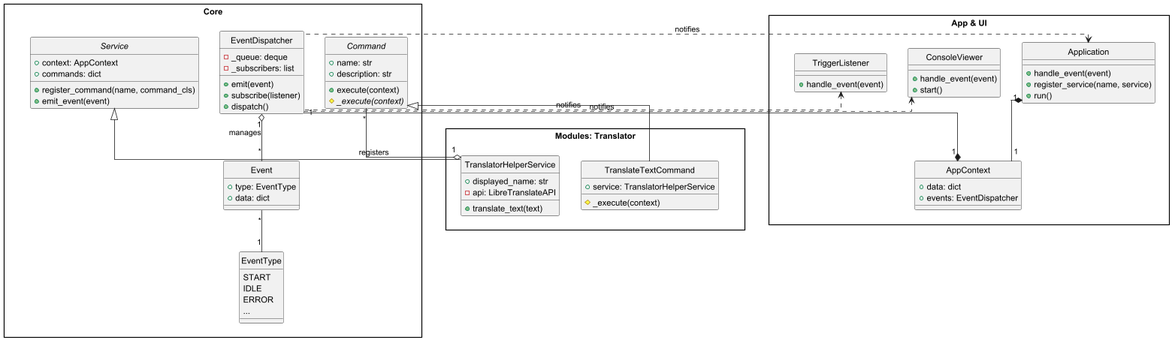
The PlantUML diagram doc/main_UML.png in Figeiron/IndividualCreativeAssignment, before a commit.
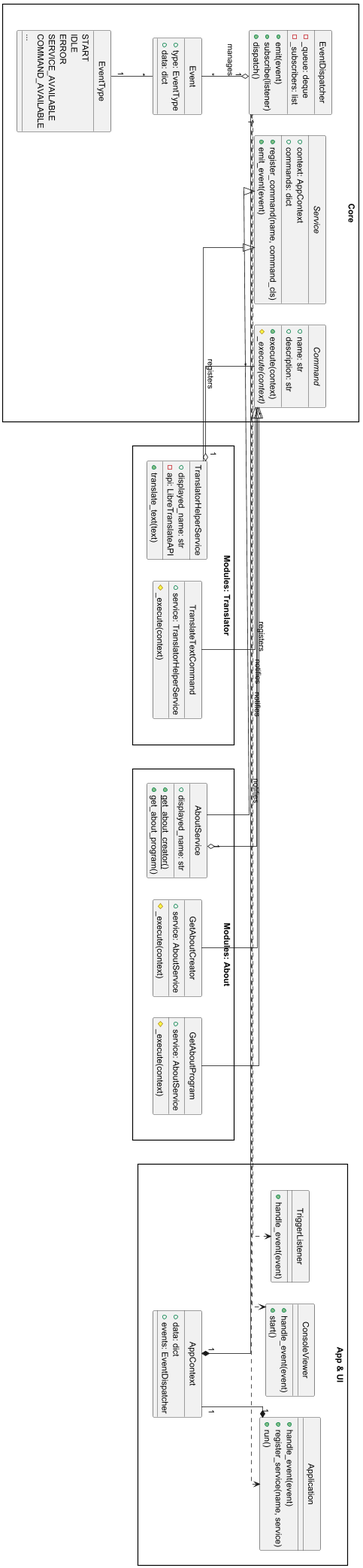
The same file after the commit.

What changed in the source:
```diff
@@ -27,6 +27,8 @@
         START
         IDLE
         ERROR
+        SERVICE_AVAILABLE
+        COMMAND_AVAILABLE
         ...
     }
 
@@ -61,6 +63,24 @@
     }
 }
 
+package "Modules: About" {
+    class AboutService {
+        + displayed_name: str
+        + {static} get_about_creator()
+        + get_about_program()
+    }
+
+    class GetAboutCreator {
+        + service: AboutService
+        # _execute(context)
+    }
+
+    class GetAboutProgram {
+        + service: AboutService
+        # _execute(context)
+    }
+}
+
 package "Modules: Translator" {
     class TranslatorHelperService {
         + displayed_name: str
@@ -75,12 +95,19 @@
 }
 
 "Core" -[hidden]down-> "App & UI"
-"App & UI" -[hidden]down-> "Modules: Translator"
+"App & UI" -[hidden]down-> "Modules: About"
+"Modules: About" -[hidden]down-> "Modules: Translator"
 
 Application "1" *-- "1" AppContext
 AppContext "1" *-- "1" EventDispatcher
+
+Service <|-- AboutService
 Service <|-- TranslatorHelperService
+Command <|-- GetAboutCreator
+Command <|-- GetAboutProgram
 Command <|-- TranslateTextCommand
+
+AboutService "1" o-- "*" Command : registers
 TranslatorHelperService "1" o-- "*" Command : registers
 EventDispatcher "1" o-- "*" Event : manages
 Event "*" -- "1" EventType
```
